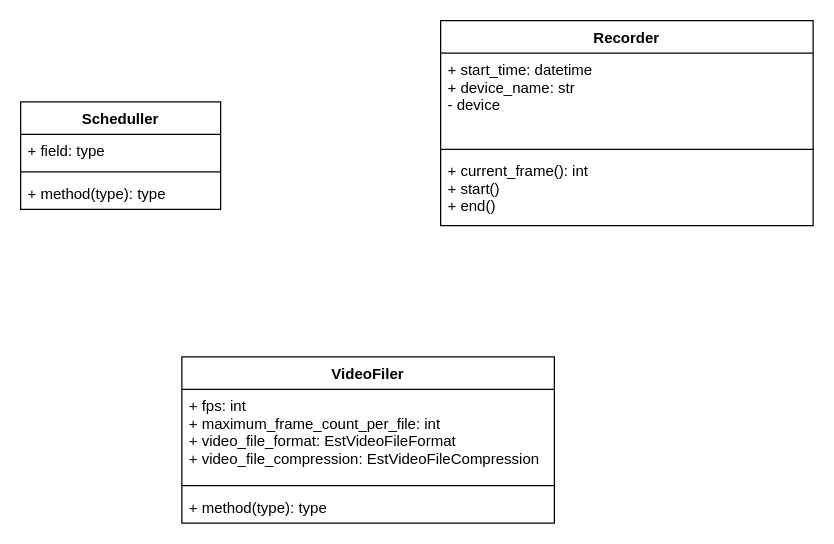
Earlier version of the draw.io diagram docs/design/class_diagram.drawio (gw-team2/Tomoe-RGBcam-sdk). Source tidied: cells renumbered, new cells numbered last; positions are measured from the earlier drawing's top-left corner, leaving out a move shared by most shapes. Both pictures are drawn from the tidied source at 125%, with x=0, y=0 at pixel (20, 20).
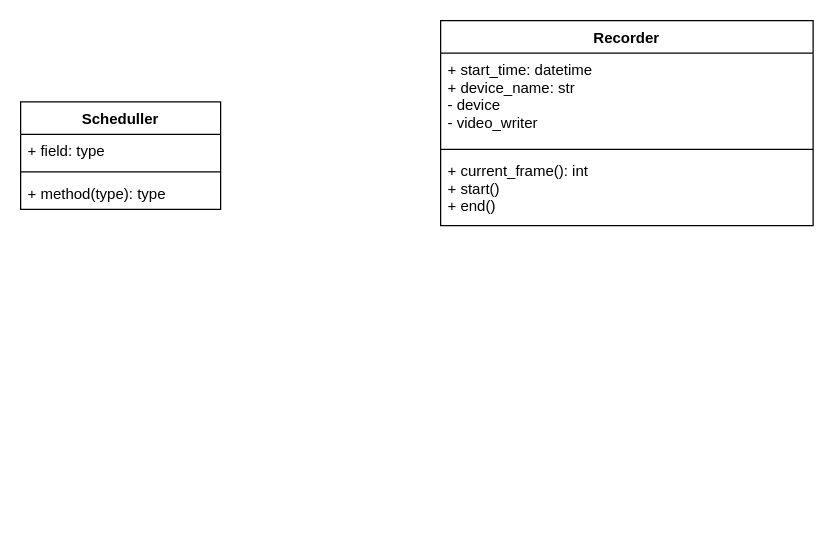
Above is the later version.

The edit, as a diff of the source:
```diff
@@
 <mxGraphModel>
   <root>
     <mxCell id="0" />
     <mxCell id="1" parent="0" />
     <mxCell id="2" value="Scheduller" style="swimlane;fontStyle=1;align=center;verticalAlign=top;horizontal=1;startSize=26;" parent="1" vertex="1">
       <mxGeometry y="65" width="160" height="86" as="geometry" />
     </mxCell>
     <mxCell id="3" value="+ field: type" style="text;strokeColor=none;fillColor=none;align=left;verticalAlign=top;spacingLeft=4;spacingRight=4;overflow=hidden;" parent="2" vertex="1">
       <mxGeometry y="26" width="160" height="26" as="geometry" />
     </mxCell>
     <mxCell id="4" style="line;strokeWidth=1;fillColor=none;align=left;verticalAlign=middle;spacingTop=-1;spacingLeft=3;spacingRight=3;labelPosition=right;" parent="2" vertex="1">
       <mxGeometry y="52" width="160" height="8" as="geometry" />
     </mxCell>
     <mxCell id="5" value="+ method(type): type" style="text;strokeColor=none;fillColor=none;align=left;verticalAlign=top;spacingLeft=4;spacingRight=4;overflow=hidden;" parent="2" vertex="1">
       <mxGeometry y="60" width="160" height="26" as="geometry" />
     </mxCell>
-    <mxCell id="6" value="VideoFiler" style="swimlane;fontStyle=1;align=center;verticalAlign=top;horizontal=1;startSize=26;" parent="1" vertex="1">
-      <mxGeometry x="129" y="269" width="298" height="133" as="geometry" />
-    </mxCell>
-    <mxCell id="7" value="+ fps: int&#10;+ maximum_frame_count_per_file: int&#10;+ video_file_format: EstVideoFileFormat&#10;+ video_file_compression: EstVideoFileCompression" style="text;strokeColor=none;fillColor=none;align=left;verticalAlign=top;spacingLeft=4;spacingRight=4;overflow=hidden;" parent="6" vertex="1">
-      <mxGeometry y="26" width="298" height="73" as="geometry" />
-    </mxCell>
-    <mxCell id="8" style="line;strokeWidth=1;fillColor=none;align=left;verticalAlign=middle;spacingTop=-1;spacingLeft=3;spacingRight=3;labelPosition=right;" parent="6" vertex="1">
-      <mxGeometry y="99" width="298" height="8" as="geometry" />
-    </mxCell>
-    <mxCell id="9" value="+ method(type): type" style="text;strokeColor=none;fillColor=none;align=left;verticalAlign=top;spacingLeft=4;spacingRight=4;overflow=hidden;" parent="6" vertex="1">
-      <mxGeometry y="107" width="298" height="26" as="geometry" />
-    </mxCell>
     <mxCell id="10" value="Recorder" style="swimlane;fontStyle=1;align=center;verticalAlign=top;horizontal=1;startSize=26;" parent="1" vertex="1">
       <mxGeometry x="336" width="298" height="164" as="geometry" />
     </mxCell>
-    <mxCell id="11" value="+ start_time: datetime&#10;+ device_name: str&#10;- device" style="text;strokeColor=none;fillColor=none;align=left;verticalAlign=top;spacingLeft=4;spacingRight=4;overflow=hidden;" parent="10" vertex="1">
+    <mxCell id="11" value="+ start_time: datetime&#10;+ device_name: str&#10;- device&#10;- video_writer" style="text;strokeColor=none;fillColor=none;align=left;verticalAlign=top;spacingLeft=4;spacingRight=4;overflow=hidden;" parent="10" vertex="1">
       <mxGeometry y="26" width="298" height="73" as="geometry" />
     </mxCell>
     <mxCell id="12" style="line;strokeWidth=1;fillColor=none;align=left;verticalAlign=middle;spacingTop=-1;spacingLeft=3;spacingRight=3;labelPosition=right;" parent="10" vertex="1">
       <mxGeometry y="99" width="298" height="8" as="geometry" />
     </mxCell>
     <mxCell id="13" value="+ current_frame(): int&#10;+ start()&#10;+ end()" style="text;strokeColor=none;fillColor=none;align=left;verticalAlign=top;spacingLeft=4;spacingRight=4;overflow=hidden;" parent="10" vertex="1">
       <mxGeometry y="107" width="298" height="57" as="geometry" />
     </mxCell>
   </root>
 </mxGraphModel>
```
